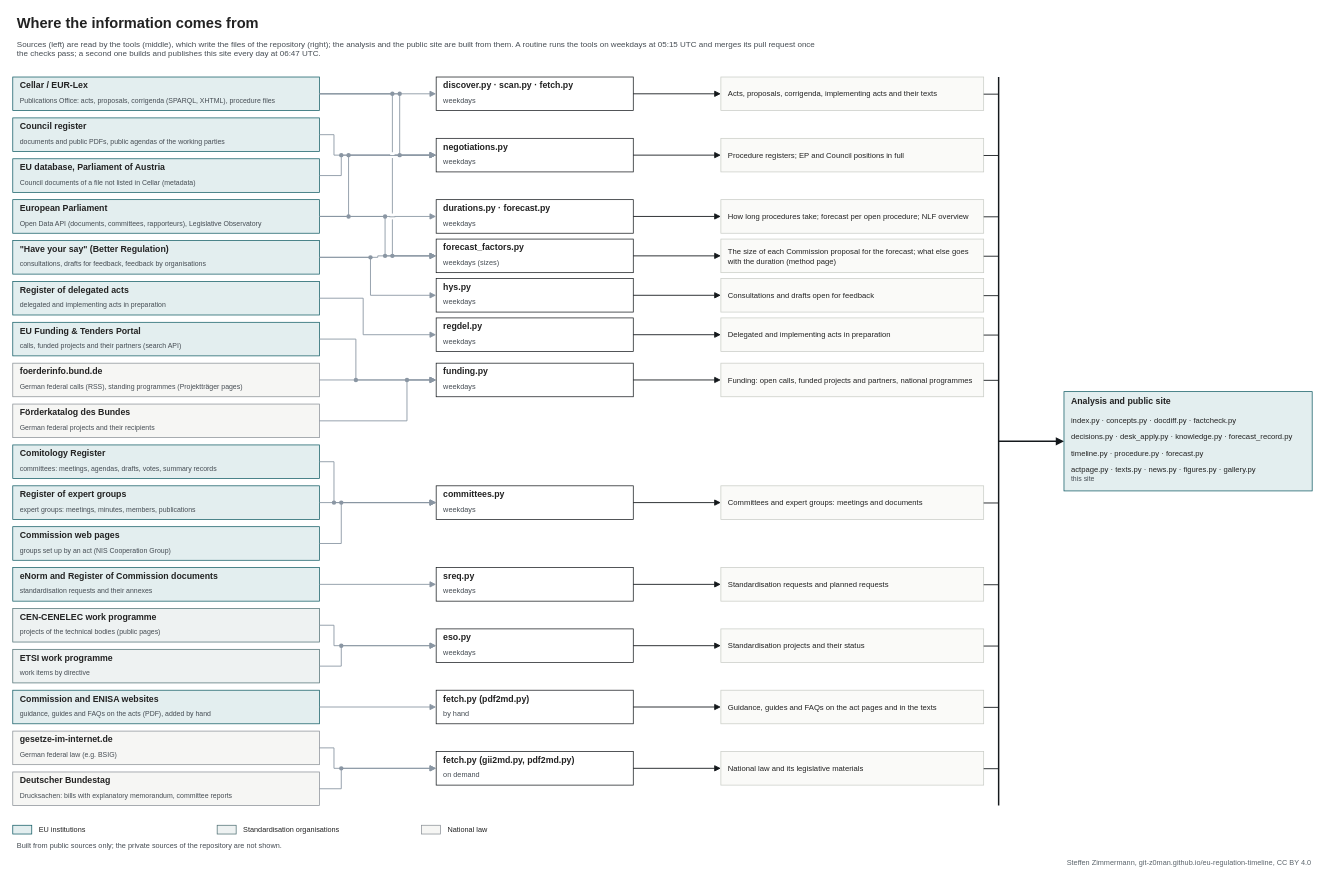
Earlier version of the draw.io diagram sources.drawio (git-z0man/eu-regulation-timeline). Source tidied: cells renumbered, new cells numbered last; positions are measured from the earlier drawing's top-left corner, leaving out a move shared by most shapes. Both pictures are drawn from the tidied source at 73%, with x=0, y=0 at pixel (12, 12).
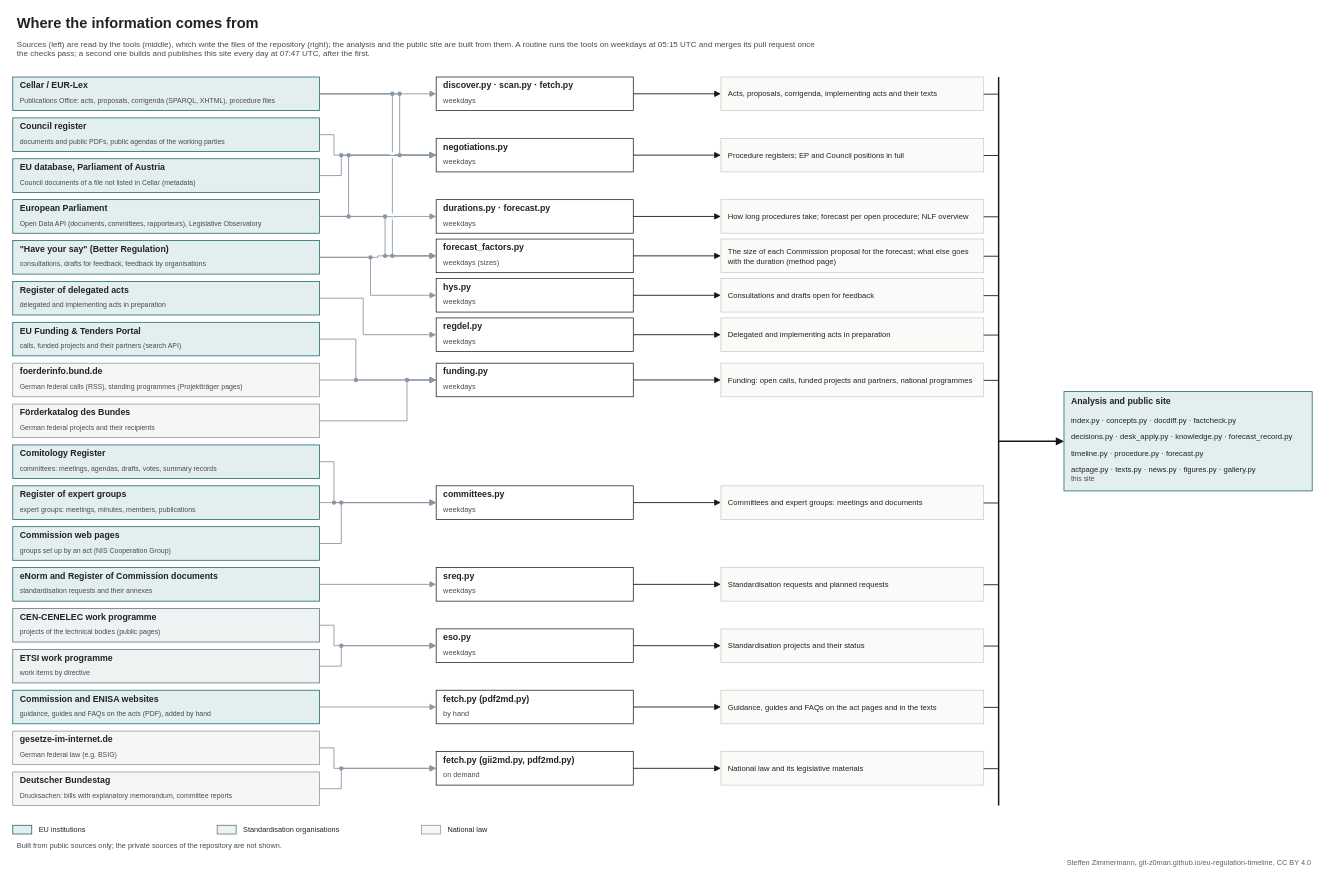
Above is the later version.

The edit, as a diff of the source:
```diff
@@
-    <mxCell id="3" value="Sources (left) are read by the tools (middle), which write the files of the repository (right); the analysis and the public site are built from them. A routine runs the tools on weekdays at 05:15 UTC and merges its pull request once the checks pass; a second one builds and publishes this site every day at 06:47 UTC." style="text;html=1;fontSize=11;fontColor=#454c53;align=left;verticalAlign=top;spacingLeft=4;whiteSpace=wrap;" parent="1" vertex="1">
+    <mxCell id="3" value="Sources (left) are read by the tools (middle), which write the files of the repository (right); the analysis and the public site are built from them. A routine runs the tools on weekdays at 05:15 UTC and merges its pull request once the checks pass; a second one builds and publishes this site every day at 07:47 UTC, after the first." style="text;html=1;fontSize=11;fontColor=#454c53;align=left;verticalAlign=top;spacingLeft=4;whiteSpace=wrap;" parent="1" vertex="1">
       <mxGeometry y="30" width="1100" height="34" as="geometry" />
     </mxCell>
```
